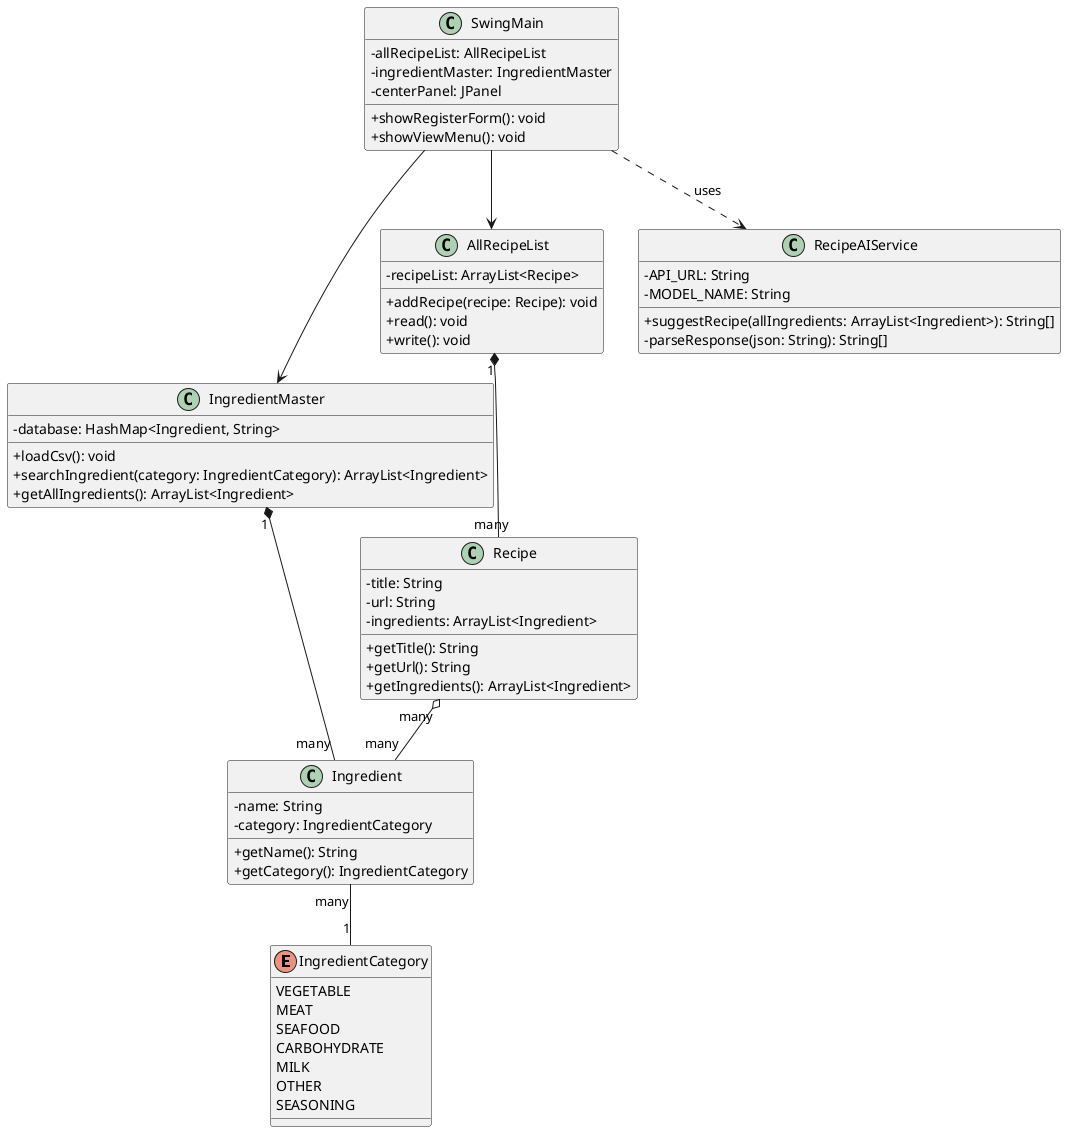
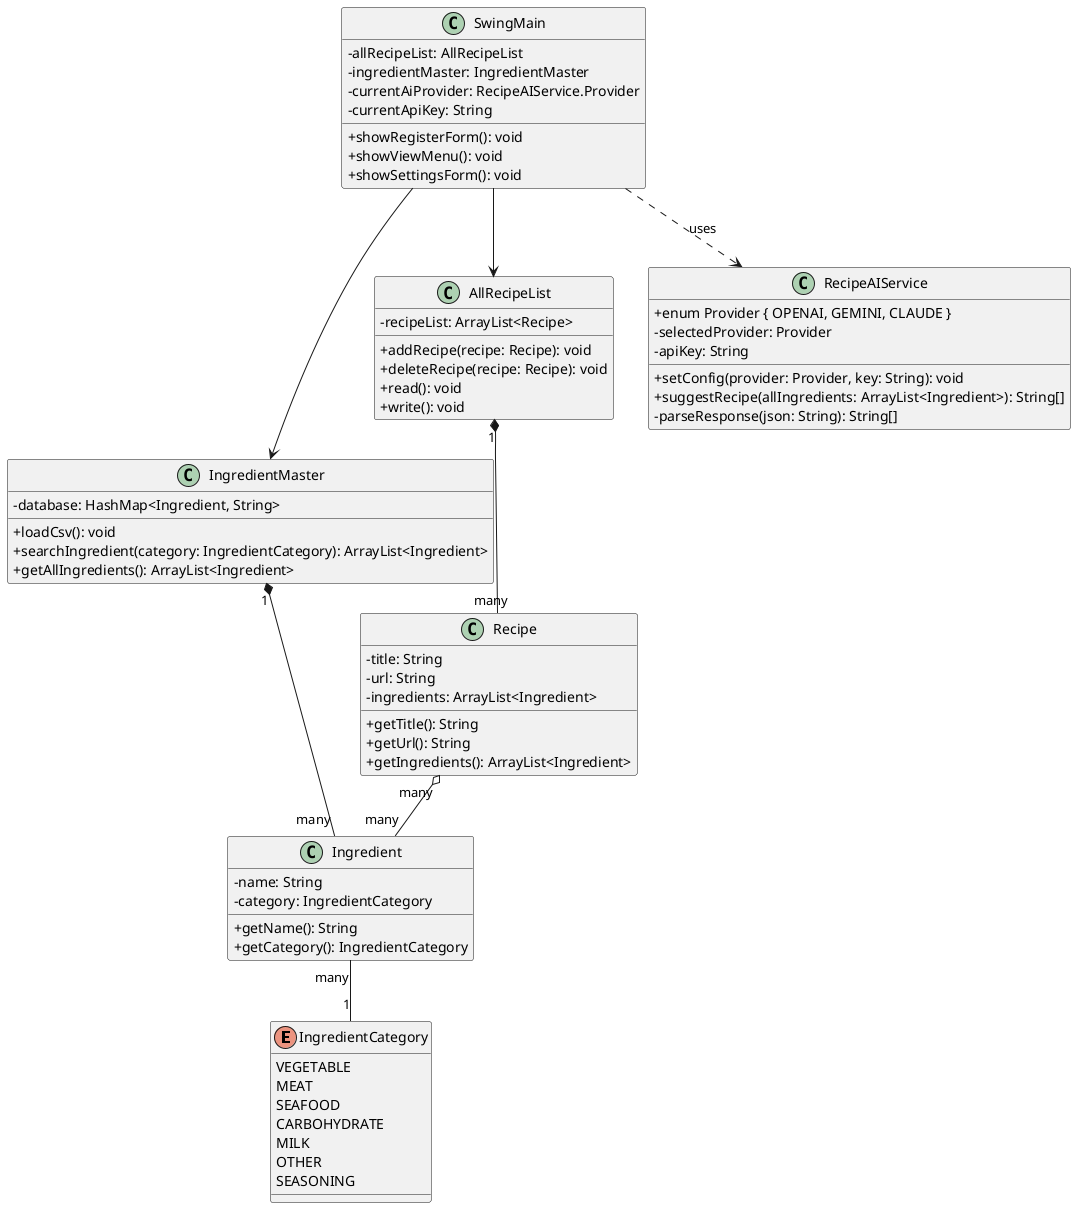
@startuml
skinparam ClassAttributeIconSize 0

enum IngredientCategory {
    VEGETABLE
    MEAT
    SEAFOOD
    CARBOHYDRATE
    MILK
    OTHER
    SEASONING
}

class Ingredient {
    - name: String
    - category: IngredientCategory
    + getName(): String
    + getCategory(): IngredientCategory
}

class Recipe {
    - title: String
    - url: String
    - ingredients: ArrayList<Ingredient>
    + getTitle(): String
    + getUrl(): String
    + getIngredients(): ArrayList<Ingredient>
}

class IngredientMaster {
    - database: HashMap<Ingredient, String>
    + loadCsv(): void
    + searchIngredient(category: IngredientCategory): ArrayList<Ingredient>
    + getAllIngredients(): ArrayList<Ingredient>
}

class AllRecipeList {
    - recipeList: ArrayList<Recipe>
    + addRecipe(recipe: Recipe): void
+     + deleteRecipe(recipe: Recipe): void
    + read(): void
    + write(): void
}

class RecipeAIService {
-     - API_URL: String
-     - MODEL_NAME: String
+     + enum Provider { OPENAI, GEMINI, CLAUDE }
+     - selectedProvider: Provider
+     - apiKey: String
+     + setConfig(provider: Provider, key: String): void
    + suggestRecipe(allIngredients: ArrayList<Ingredient>): String[]
    - parseResponse(json: String): String[]
}

class SwingMain {
    - allRecipeList: AllRecipeList
    - ingredientMaster: IngredientMaster
-     - centerPanel: JPanel
+     - currentAiProvider: RecipeAIService.Provider
+     - currentApiKey: String
    + showRegisterForm(): void
    + showViewMenu(): void
+     + showSettingsForm(): void
}

- ' 関係性の定義
+ ' 関連性
SwingMain --> AllRecipeList
SwingMain --> IngredientMaster
SwingMain ..> RecipeAIService : uses
AllRecipeList "1" *-- "many" Recipe
Recipe "many" o-- "many" Ingredient
Ingredient "many" -- "1" IngredientCategory
IngredientMaster "1" *-- "many" Ingredient

@enduml